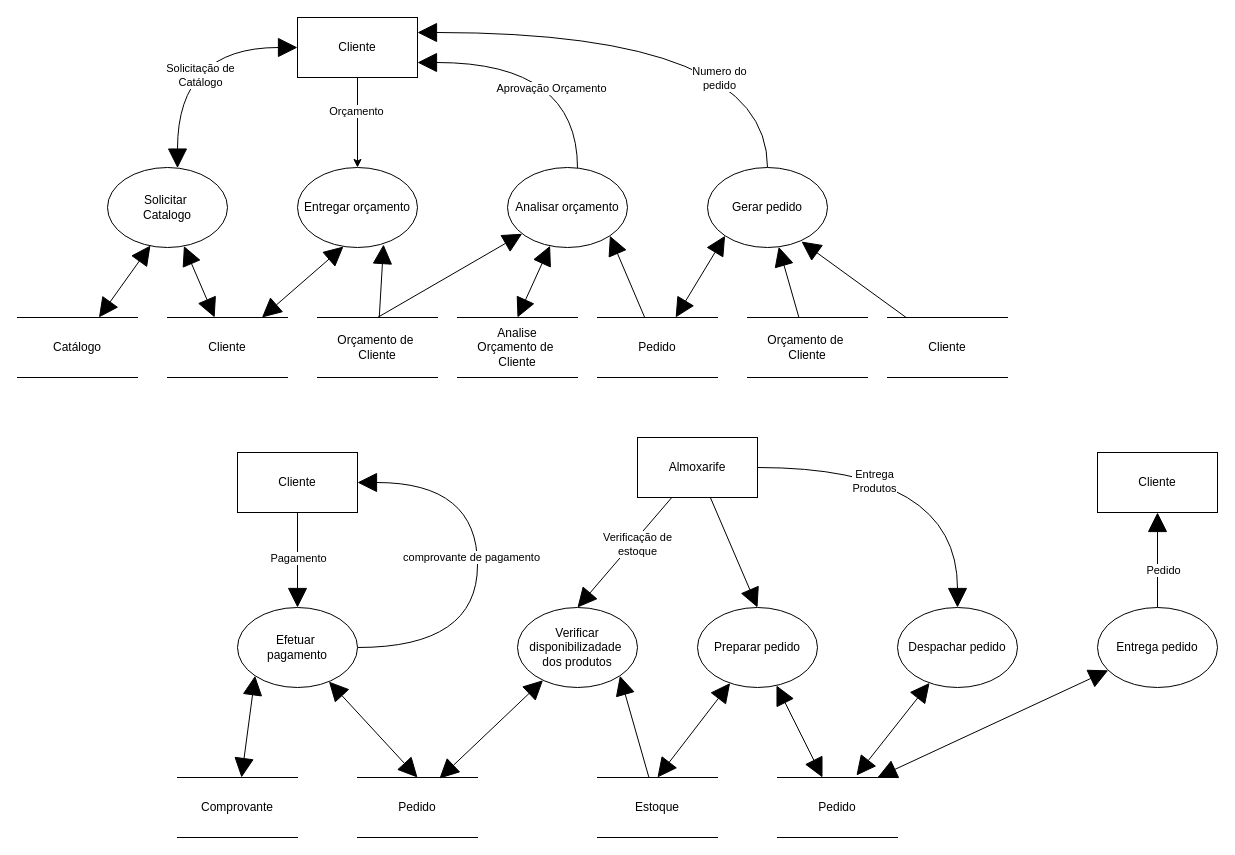
This is Documentation/DFD Essencial para cada Capacidade/realizar pedido.drawio from Systematicos/FindingApp, a draw.io file, before an edit. Source tidied: cells renumbered, new cells numbered last; positions are measured from the earlier drawing's top-left corner, leaving out a move shared by most shapes. Both pictures are drawn from the tidied source at 100%, with x=0, y=0 at pixel (17, 17).
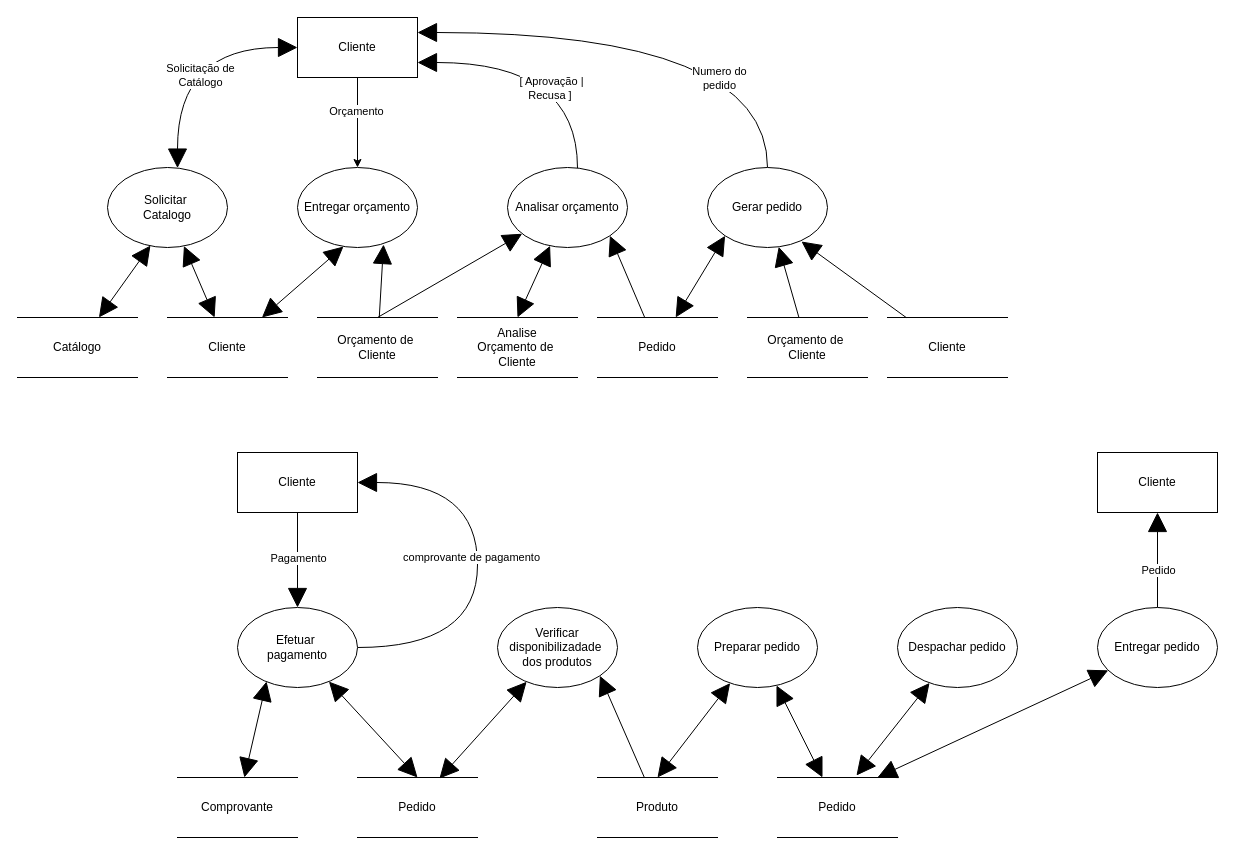
After the change.

Unchanged cells that the change refers to:
```xml
<mxCell id="11" style="edgeStyle=orthogonalEdgeStyle;rounded=0;jettySize=auto;html=1;entryX=1;entryY=0.75;entryDx=0;entryDy=0;startArrow=none;startFill=0;startSize=17;endArrow=block;endFill=1;endSize=17;curved=1;" parent="1" edge="1" source="14" target="4">
  <mxGeometry relative="1" as="geometry">
    <Array as="points">
      <mxPoint x="560" y="45" />
    </Array>
  </mxGeometry>
</mxCell>
<mxCell id="38" value="Efetuar&amp;nbsp;&lt;br&gt;pagamento" style="ellipse;whiteSpace=wrap;html=1;" parent="1" vertex="1">
  <mxGeometry x="220" y="590" width="120" height="80" as="geometry" />
</mxCell>
<mxCell id="41" value="Comprovante" style="shape=partialRectangle;whiteSpace=wrap;html=1;left=0;right=0;fillColor=none;" parent="1" vertex="1">
  <mxGeometry x="160" y="760" width="120" height="60" as="geometry" />
</mxCell>
<mxCell id="51" value="Preparar pedido" style="ellipse;whiteSpace=wrap;html=1;" parent="1" vertex="1">
  <mxGeometry x="680" y="590" width="120" height="80" as="geometry" />
</mxCell>
<mxCell id="57" value="Despachar pedido" style="ellipse;whiteSpace=wrap;html=1;" parent="1" vertex="1">
  <mxGeometry x="880" y="590" width="120" height="80" as="geometry" />
</mxCell>
<mxCell id="58" style="edgeStyle=none;rounded=0;jettySize=auto;html=1;entryX=0.5;entryY=1;entryDx=0;entryDy=0;startArrow=none;startFill=0;startSize=17;endArrow=block;endFill=1;endSize=17;strokeColor=#000000;" parent="1" edge="1" source="61" target="62">
  <mxGeometry relative="1" as="geometry" />
</mxCell>
```

The edit, as a diff of the source:
```diff
@@
-    <mxCell id="12" value="Aprovação Orçamento" style="edgeLabel;html=1;align=center;verticalAlign=middle;" parent="11" vertex="1">
+    <mxCell id="12" value="[ Aprovação | &lt;br&gt;Recusa ]&amp;nbsp;" style="edgeLabel;html=1;align=center;verticalAlign=middle;" parent="11" vertex="1">
       <mxGeometry x="-0.4" y="27" relative="1" as="geometry" />
     </mxCell>
@@
-    <mxCell id="40" style="edgeStyle=none;rounded=0;jettySize=auto;html=1;entryX=0;entryY=1;entryDx=0;entryDy=0;startArrow=block;startFill=1;startSize=17;endArrow=block;endFill=1;endSize=17;" parent="1" edge="1" source="41" target="38">
+    <mxCell id="40" style="edgeStyle=none;rounded=0;jettySize=auto;html=1;entryX=0.242;entryY=0.925;entryDx=0;entryDy=0;startArrow=block;startFill=1;startSize=17;endArrow=block;endFill=1;endSize=17;entryPerimeter=0;" parent="1" edge="1" source="41" target="38">
       <mxGeometry relative="1" as="geometry" />
     </mxCell>
@@
-    <mxCell id="42" style="rounded=0;jettySize=auto;html=1;entryX=0.5;entryY=0;entryDx=0;entryDy=0;startArrow=none;startFill=0;startSize=17;endArrow=block;endFill=1;endSize=17;" parent="1" edge="1" source="45" target="47">
-      <mxGeometry relative="1" as="geometry" />
-    </mxCell>
-    <mxCell id="43" value="Verificação de&lt;br&gt;estoque" style="edgeLabel;html=1;align=center;verticalAlign=middle;" parent="42" vertex="1">
-      <mxGeometry x="-0.2" y="4" relative="1" as="geometry" />
-    </mxCell>
-    <mxCell id="44" style="edgeStyle=none;rounded=0;jettySize=auto;html=1;entryX=0.5;entryY=0;entryDx=0;entryDy=0;startArrow=none;startFill=0;startSize=17;endArrow=block;endFill=1;endSize=17;" parent="1" edge="1" source="45" target="51">
-      <mxGeometry relative="1" as="geometry" />
-    </mxCell>
-    <mxCell id="45" value="Almoxarife" style="rounded=0;whiteSpace=wrap;html=1;" parent="1" vertex="1">
-      <mxGeometry x="620" y="420" width="120" height="60" as="geometry" />
-    </mxCell>
@@
     <mxCell id="47" value="Verificar disponibilizadade&amp;nbsp;&lt;br&gt;dos produtos" style="ellipse;whiteSpace=wrap;html=1;" parent="1" vertex="1">
-      <mxGeometry x="500" y="590" width="120" height="80" as="geometry" />
+      <mxGeometry x="480" y="590" width="120" height="80" as="geometry" />
     </mxCell>
@@
-    <mxCell id="49" value="Estoque" style="shape=partialRectangle;whiteSpace=wrap;html=1;left=0;right=0;fillColor=none;" parent="1" vertex="1">
+    <mxCell id="49" value="Produto" style="shape=partialRectangle;whiteSpace=wrap;html=1;left=0;right=0;fillColor=none;" parent="1" vertex="1">
       <mxGeometry x="580" y="760" width="120" height="60" as="geometry" />
     </mxCell>
@@
-    <mxCell id="54" style="edgeStyle=orthogonalEdgeStyle;rounded=0;jettySize=auto;html=1;entryX=1;entryY=0.5;entryDx=0;entryDy=0;startArrow=block;startFill=1;startSize=17;endArrow=none;endFill=0;endSize=17;curved=1;" parent="1" edge="1" source="57" target="45">
-      <mxGeometry relative="1" as="geometry">
-        <Array as="points">
-          <mxPoint x="940" y="450" />
-        </Array>
-      </mxGeometry>
-    </mxCell>
-    <mxCell id="55" value="Entrega &lt;br&gt;Produtos" style="edgeLabel;html=1;align=center;verticalAlign=middle;" parent="54" vertex="1">
-      <mxGeometry x="0.32" y="13" relative="1" as="geometry" />
-    </mxCell>
@@
     <mxCell id="59" value="Pedido" style="edgeLabel;html=1;align=center;verticalAlign=middle;" parent="58" vertex="1">
-      <mxGeometry x="-0.2" y="-5" relative="1" as="geometry" />
+      <mxGeometry x="-0.2" y="-5" relative="1" as="geometry">
+        <mxPoint x="-5" as="offset" />
+      </mxGeometry>
     </mxCell>
@@
-    <mxCell id="61" value="Entrega pedido" style="ellipse;whiteSpace=wrap;html=1;" parent="1" vertex="1">
+    <mxCell id="61" value="Entregar pedido" style="ellipse;whiteSpace=wrap;html=1;" parent="1" vertex="1">
       <mxGeometry x="1080" y="590" width="120" height="80" as="geometry" />
     </mxCell>
```
